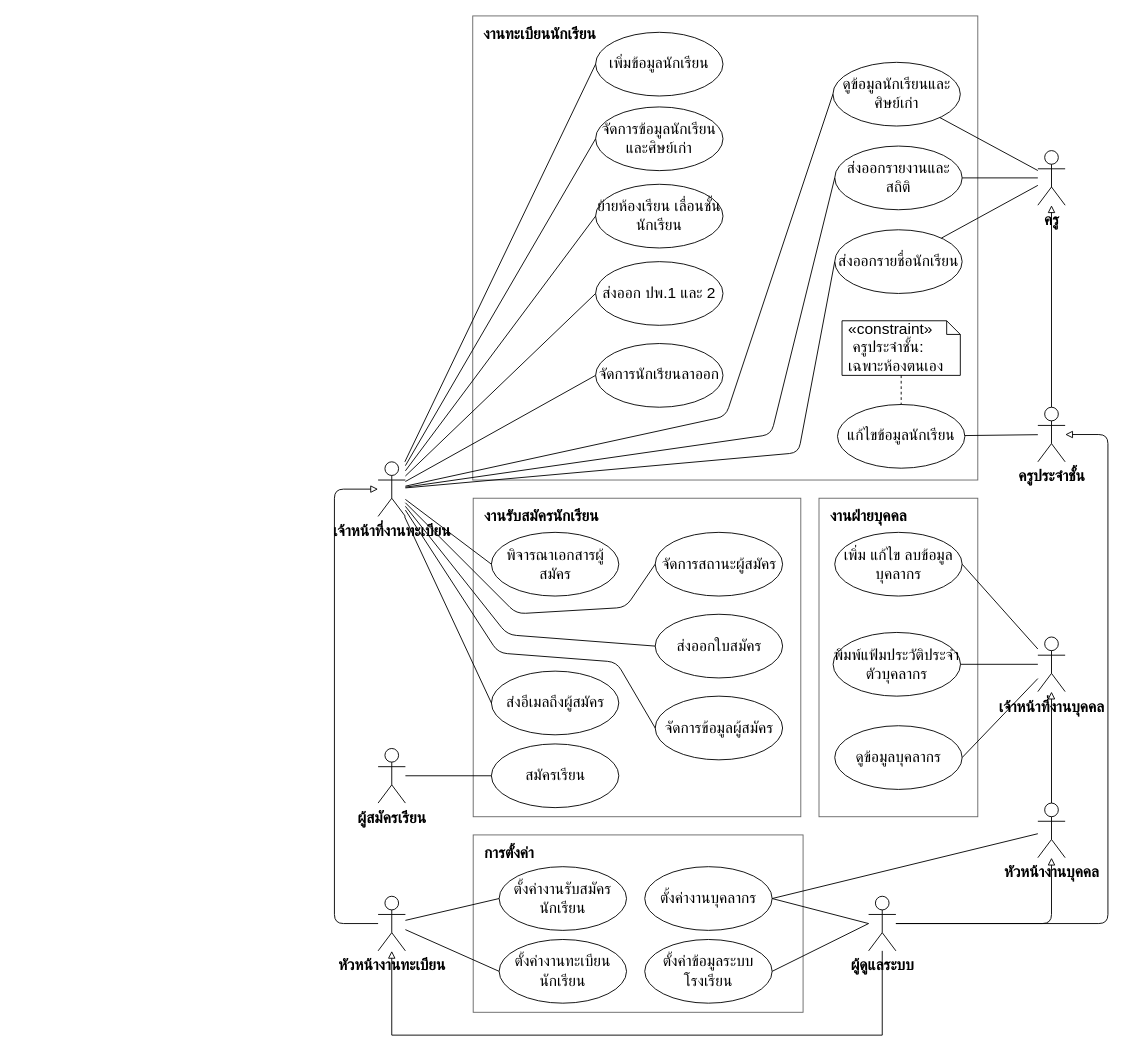
RealTiraqmisu/SchoolDark keeps this draw.io diagram as page "เล่มรายงาน (A4) รวม actor" (2 of 6) of materials/doc/usecase/usecase-merge-all.drawio. Above is the earlier version. Source tidied: cells renumbered, new cells numbered last; positions are measured from the earlier drawing's top-left corner, leaving out a move shared by most shapes. Both pictures are drawn from the tidied source at 91%, with x=0, y=0 at pixel (334, 15).
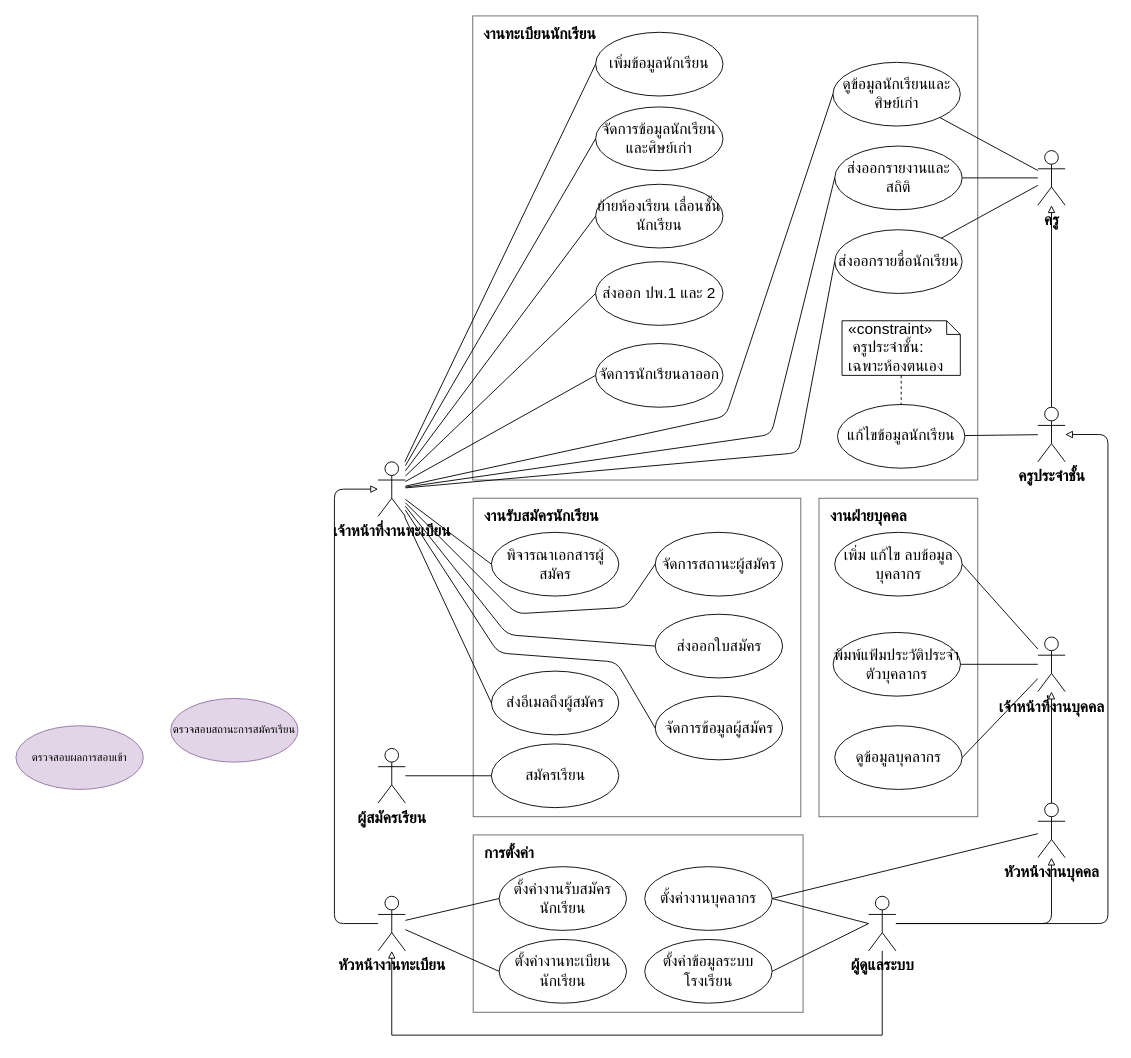
The same page after the edit.

What changed in the source:
```diff
@@
+    <mxCell id="70" value="ตรวจสอบสถานะการสมัครเรียน" style="ellipse;whiteSpace=wrap;html=1;fillColor=#e1d5e7;strokeColor=#9673a6;" parent="1" vertex="1">
+      <mxGeometry x="-180" y="750" width="140" height="70" as="geometry" />
+    </mxCell>
+    <mxCell id="71" value="ตรวจสอบผลการสอบเข้า" style="ellipse;whiteSpace=wrap;html=1;fillColor=#e1d5e7;strokeColor=#9673a6;" parent="1" vertex="1">
+      <mxGeometry x="-350" y="780" width="140" height="70" as="geometry" />
+    </mxCell>
```
